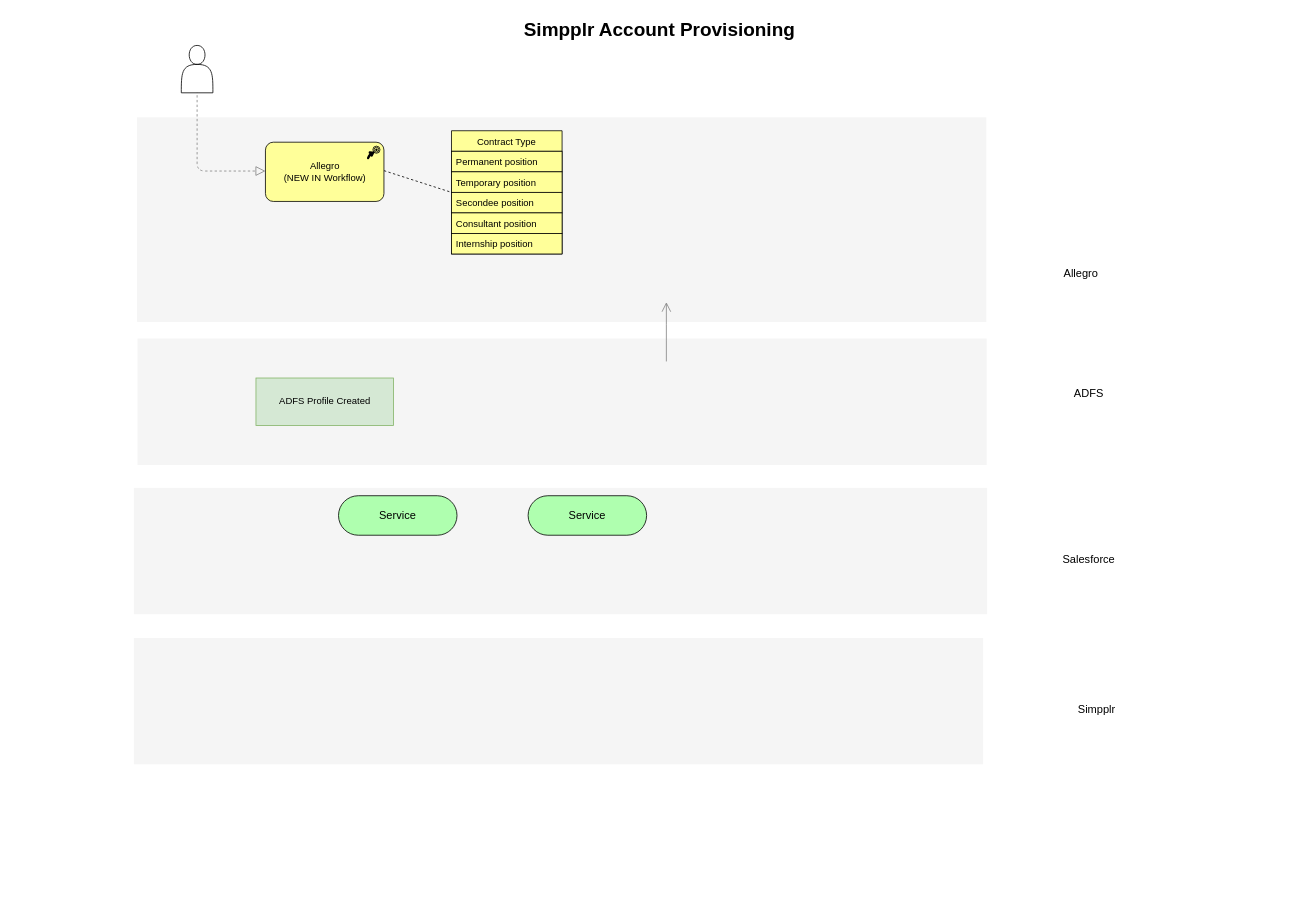
merid-berhe/draw.io keeps this draw.io diagram as SimpplrAccountProvisioning.drawio. Above is the earlier version. Source tidied: cells renumbered, new cells numbered last; positions are measured from the earlier drawing's top-left corner, leaving out a move shared by most shapes. Both pictures are drawn from the tidied source at 79%, with x=0, y=0 at pixel (31, 13).
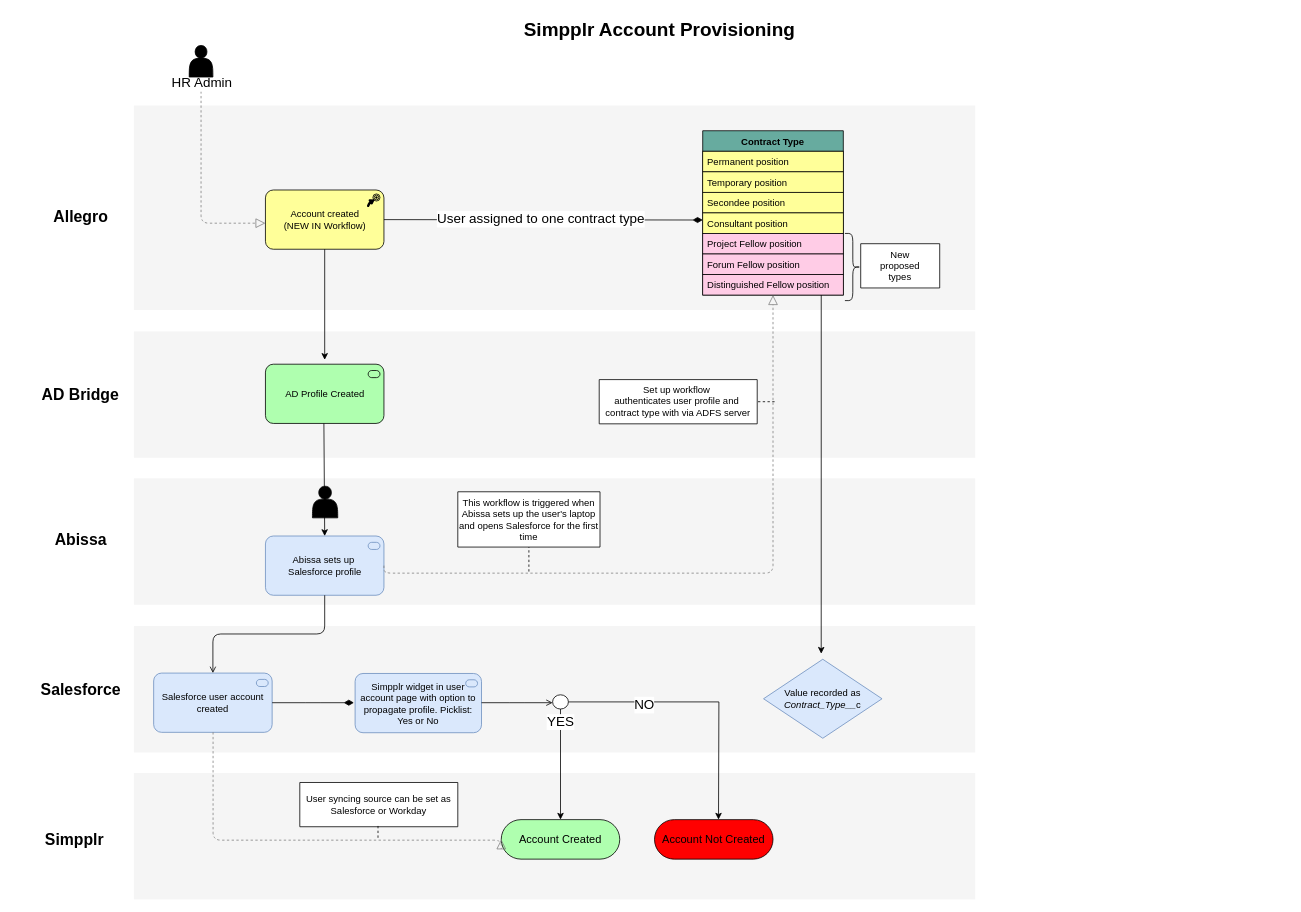
Above is the later version.

The edit, as a diff of the source:
```diff
@@
+    <mxCell id="25" style="whiteSpace=wrap;html=1;strokeColor=none;strokeWidth=1;fillColor=#f5f5f5;fontSize=14;imageHeight=24;" parent="1" vertex="1">
+      <mxGeometry x="130" y="961" width="1065" height="160" as="geometry" />
+    </mxCell>
     <mxCell id="2" style="whiteSpace=wrap;html=1;strokeColor=none;strokeWidth=1;fillColor=#f5f5f5;fontSize=14;" parent="1" vertex="1">
-      <mxGeometry x="134.5" y="411" width="1075" height="160" as="geometry" />
+      <mxGeometry x="130" y="402" width="1065" height="160" as="geometry" />
     </mxCell>
     <mxCell id="3" style="whiteSpace=wrap;html=1;strokeColor=none;strokeWidth=1;fillColor=#f5f5f5;fontSize=14;" parent="1" vertex="1">
-      <mxGeometry x="130" y="600" width="1080" height="160" as="geometry" />
+      <mxGeometry x="130" y="588" width="1065" height="160" as="geometry" />
     </mxCell>
     <mxCell id="4" style="whiteSpace=wrap;html=1;strokeColor=none;strokeWidth=1;fillColor=#f5f5f5;fontSize=14;" parent="1" vertex="1">
-      <mxGeometry x="130" y="790" width="1075" height="160" as="geometry" />
+      <mxGeometry x="130" y="775" width="1065" height="160" as="geometry" />
     </mxCell>
-    <mxCell id="5" style="whiteSpace=wrap;html=1;strokeColor=none;strokeWidth=1;fillColor=#f5f5f5;fontSize=14;" parent="1" vertex="1">
-      <mxGeometry x="134" y="131" width="1075" height="259" as="geometry" />
+    <mxCell id="5" style="whiteSpace=wrap;html=1;strokeColor=none;strokeWidth=1;fillColor=#f5f5f5;fontSize=14;imageWidth=24;imageAspect=1;" parent="1" vertex="1">
+      <mxGeometry x="130" y="116" width="1065" height="259" as="geometry" />
     </mxCell>
-    <mxCell id="6" value="Service" style="html=1;whiteSpace=wrap;fillColor=#AFFFAF;strokeColor=#000000;shape=mxgraph.archimate3.service;fontSize=14;" parent="1" vertex="1">
-      <mxGeometry x="389" y="610" width="150" height="50" as="geometry" />
+    <mxCell id="6" value="Account Created" style="html=1;whiteSpace=wrap;fillColor=#AFFFAF;strokeColor=#000000;shape=mxgraph.archimate3.service;fontSize=14;" parent="1" vertex="1">
+      <mxGeometry x="595" y="1020" width="150" height="50" as="geometry" />
     </mxCell>
-    <mxCell id="7" value="Service" style="html=1;whiteSpace=wrap;fillColor=#AFFFAF;strokeColor=#000000;shape=mxgraph.archimate3.service;fontSize=14;" parent="1" vertex="1">
-      <mxGeometry x="629" y="610" width="150" height="50" as="geometry" />
+    <mxCell id="7" value="Account Not Created" style="html=1;whiteSpace=wrap;fillColor=#FF0000;strokeColor=#000000;shape=mxgraph.archimate3.service;fontSize=14;" parent="1" vertex="1">
+      <mxGeometry x="789" y="1020" width="150" height="50" as="geometry" />
     </mxCell>
-    <mxCell id="8" style="edgeStyle=elbowEdgeStyle;rounded=1;elbow=vertical;html=1;startSize=10;endArrow=open;endFill=0;endSize=10;jettySize=auto;orthogonalLoop=1;strokeColor=#808080;fontSize=14;" parent="1" edge="1">
-      <mxGeometry relative="1" as="geometry">
-        <mxPoint x="804" y="440" as="sourcePoint" />
-        <mxPoint x="804" y="365" as="targetPoint" />
-      </mxGeometry>
-    </mxCell>
-    <mxCell id="9" value="Salesforce" style="text;html=1;strokeColor=none;fillColor=none;align=center;verticalAlign=middle;whiteSpace=wrap;fontSize=14;" parent="1" vertex="1">
-      <mxGeometry x="1219" y="681" width="240" height="20" as="geometry" />
+    <mxCell id="9" value="Salesforce" style="text;html=1;strokeColor=none;fillColor=none;align=center;verticalAlign=middle;whiteSpace=wrap;fontSize=20;fontStyle=1;" parent="1" vertex="1">
+      <mxGeometry x="12.5" y="845" width="100" height="20" as="geometry" />
     </mxCell>
-    <mxCell id="10" value="ADFS" style="text;html=1;strokeColor=none;fillColor=none;align=center;verticalAlign=middle;whiteSpace=wrap;fontSize=14;" parent="1" vertex="1">
-      <mxGeometry x="1219" y="471" width="240" height="20" as="geometry" />
+    <mxCell id="10" value="AD Bridge" style="text;html=1;strokeColor=none;fillColor=none;align=center;verticalAlign=middle;whiteSpace=wrap;fontSize=20;fontStyle=1;" parent="1" vertex="1">
+      <mxGeometry x="-5" y="471" width="135" height="20" as="geometry" />
     </mxCell>
-    <mxCell id="11" value="Allegro" style="text;html=1;strokeColor=none;fillColor=none;align=center;verticalAlign=middle;whiteSpace=wrap;fontSize=14;" parent="1" vertex="1">
-      <mxGeometry x="1209" y="319" width="240" height="20" as="geometry" />
+    <mxCell id="11" value="Allegro" style="text;html=1;strokeColor=none;fillColor=none;align=center;verticalAlign=middle;whiteSpace=wrap;fontSize=20;fontStyle=1;" parent="1" vertex="1">
+      <mxGeometry x="-22.5" y="246" width="170" height="20" as="geometry" />
     </mxCell>
-    <mxCell id="12" style="edgeStyle=elbowEdgeStyle;rounded=1;elbow=vertical;html=1;dashed=1;startSize=10;endArrow=block;endFill=0;endSize=10;jettySize=auto;orthogonalLoop=1;strokeColor=#808080;fontSize=14;" parent="1" edge="1">
+    <mxCell id="12" style="edgeStyle=elbowEdgeStyle;rounded=1;elbow=vertical;html=1;dashed=1;startSize=10;endArrow=block;endFill=0;endSize=10;jettySize=auto;strokeColor=#808080;fontSize=14;exitX=0.5;exitY=1;exitDx=0;exitDy=0;" parent="1" edge="1" source="15">
       <mxGeometry relative="1" as="geometry">
-        <mxPoint x="210" y="61" as="sourcePoint" />
-        <mxPoint x="296.5" y="199" as="targetPoint" />
+        <mxPoint x="296.5" y="265" as="targetPoint" />
         <Array as="points">
-          <mxPoint x="240" y="199" />
-          <mxPoint x="258" y="199" />
+          <mxPoint x="240" y="265" />
+          <mxPoint x="258" y="265" />
         </Array>
       </mxGeometry>
     </mxCell>
+    <mxCell id="26" value="HR Admin" style="text;html=1;align=center;verticalAlign=middle;labelBackgroundColor=#ffffff;fontSize=17;" parent="12" vertex="1">
+      <mxGeometry x="-0.95" relative="1" as="geometry" />
+    </mxCell>
@@
-    <mxCell id="14" value="Simpplr" style="text;html=1;strokeColor=none;fillColor=none;align=center;verticalAlign=middle;whiteSpace=wrap;fontSize=14;" parent="1" vertex="1">
-      <mxGeometry x="1229" y="870" width="240" height="20" as="geometry" />
+    <mxCell id="14" value="Simpplr" style="text;html=1;strokeColor=none;fillColor=none;align=center;verticalAlign=middle;whiteSpace=wrap;fontSize=20;fontStyle=1;" parent="1" vertex="1">
+      <mxGeometry y="1035" width="110" height="20" as="geometry" />
     </mxCell>
-    <mxCell id="15" style="shape=actor;whiteSpace=wrap;html=1;" parent="1" vertex="1">
-      <mxGeometry x="190" y="40" width="40" height="60" as="geometry" />
+    <mxCell id="15" style="shape=actor;whiteSpace=wrap;html=1;fillColor=#000000;" parent="1" vertex="1">
+      <mxGeometry x="200" y="40" width="30" height="40" as="geometry" />
     </mxCell>
-    <mxCell id="16" value="ADFS Profile Created" style="rounded=0;whiteSpace=wrap;html=1;fillColor=#d5e8d4;strokeColor=#82b366;" parent="1" vertex="1">
-      <mxGeometry x="284.5" y="461" width="174" height="60" as="geometry" />
-    </mxCell>
-    <mxCell id="17" value="Contract Type" style="swimlane;fontStyle=0;horizontal=1;startSize=26;fillColor=#FFFF99;strokeColor=#000000;" parent="1" vertex="1">
-      <mxGeometry x="532" y="148" width="140" height="156" as="geometry" />
+    <mxCell id="17" value="Contract Type" style="swimlane;fontStyle=1;horizontal=1;startSize=26;fillColor=#67AB9F;strokeColor=#000000;" parent="1" vertex="1">
+      <mxGeometry x="850" y="148" width="178" height="208" as="geometry" />
     </mxCell>
     <mxCell id="18" value="Permanent position" style="text;strokeColor=#000000;fillColor=#FFFF99;align=left;verticalAlign=top;spacingLeft=4;spacingRight=4;overflow=hidden;" parent="17" vertex="1">
-      <mxGeometry y="26" width="140" height="26" as="geometry" />
+      <mxGeometry y="26" width="178" height="26" as="geometry" />
     </mxCell>
     <mxCell id="19" value="Temporary position" style="text;strokeColor=#000000;fillColor=#FFFF99;align=left;verticalAlign=top;spacingLeft=4;spacingRight=4;overflow=hidden;" parent="17" vertex="1">
-      <mxGeometry y="52" width="140" height="26" as="geometry" />
+      <mxGeometry y="52" width="178" height="26" as="geometry" />
     </mxCell>
     <mxCell id="20" value="Secondee position" style="text;strokeColor=#000000;fillColor=#FFFF99;align=left;verticalAlign=top;spacingLeft=4;spacingRight=4;overflow=hidden;" parent="17" vertex="1">
-      <mxGeometry y="78" width="140" height="26" as="geometry" />
+      <mxGeometry y="78" width="178" height="26" as="geometry" />
     </mxCell>
     <mxCell id="21" value="Consultant position" style="text;strokeColor=#000000;fillColor=#FFFF99;align=left;verticalAlign=top;spacingLeft=4;spacingRight=4;overflow=hidden;points=[[0,0.5],[1,0.5]];portConstraint=eastwest;" parent="17" vertex="1">
-      <mxGeometry y="104" width="140" height="26" as="geometry" />
+      <mxGeometry y="104" width="178" height="26" as="geometry" />
     </mxCell>
-    <mxCell id="22" value="Internship position" style="text;strokeColor=#000000;fillColor=#FFFF99;align=left;verticalAlign=top;spacingLeft=4;spacingRight=4;overflow=hidden;" parent="17" vertex="1">
-      <mxGeometry y="130" width="140" height="26" as="geometry" />
+    <mxCell id="22" value="Project Fellow position" style="text;strokeColor=#000000;fillColor=#FFCCE6;align=left;verticalAlign=top;spacingLeft=4;spacingRight=4;overflow=hidden;" parent="17" vertex="1">
+      <mxGeometry y="130" width="178" height="26" as="geometry" />
     </mxCell>
-    <mxCell id="23" style="endArrow=none;dashed=1;html=1;exitX=1;exitY=0.5;exitDx=0;exitDy=0;exitPerimeter=0;entryX=0;entryY=0.5;entryDx=0;entryDy=0;" parent="1" edge="1" target="17">
-      <mxGeometry relative="1" as="geometry">
-        <mxPoint x="446.5" y="198.5" as="sourcePoint" />
-      </mxGeometry>
-    </mxCell>
+    <mxCell id="27" value="Forum Fellow position" style="text;strokeColor=#000000;fillColor=#FFCCE6;align=left;verticalAlign=top;spacingLeft=4;spacingRight=4;overflow=hidden;" parent="17" vertex="1">
+      <mxGeometry y="156" width="178" height="26" as="geometry" />
+    </mxCell>
+    <mxCell id="28" value="Distinguished Fellow position" style="text;strokeColor=#000000;fillColor=#FFCCE6;align=left;verticalAlign=top;spacingLeft=4;spacingRight=4;overflow=hidden;points=[[0,0.5],[1,0.5]];portConstraint=eastwest;" parent="17" vertex="1">
+      <mxGeometry y="182" width="178" height="26" as="geometry" />
+    </mxCell>
-    <mxCell id="24" value="Allegro&lt;br&gt;(NEW IN Workflow)" style="html=1;whiteSpace=wrap;fillColor=#Ffff99;strokeColor=#000000;shape=mxgraph.archimate3.application;appType=course;archiType=rounded;" parent="1" vertex="1">
-      <mxGeometry x="296.5" y="162.5" width="150" height="75" as="geometry" />
+    <mxCell id="24" value="Account created&lt;br&gt;(NEW IN Workflow)" style="html=1;whiteSpace=wrap;fillColor=#Ffff99;strokeColor=#000000;shape=mxgraph.archimate3.application;appType=course;archiType=rounded;" parent="1" vertex="1">
+      <mxGeometry x="296.5" y="223" width="150" height="75" as="geometry" />
     </mxCell>
+    <mxCell id="29" style="html=1;endArrow=diamondThin;endFill=1;edgeStyle=elbowEdgeStyle;elbow=vertical;endSize=10;" parent="1" edge="1" target="21">
+      <mxGeometry relative="1" as="geometry">
+        <mxPoint x="446.5" y="260.5" as="sourcePoint" />
+      </mxGeometry>
+    </mxCell>
+    <mxCell id="30" value="User assigned to one contract type" style="text;html=1;align=center;verticalAlign=middle;labelBackgroundColor=#ffffff;fontSize=17;" parent="29" vertex="1">
+      <mxGeometry x="-0.02" y="2" relative="1" as="geometry" />
+    </mxCell>
+    <mxCell id="31" value="AD Profile Created" style="html=1;whiteSpace=wrap;fillColor=#AFFFAF;strokeColor=#000000;shape=mxgraph.archimate3.application;appType=serv;archiType=rounded;" parent="1" vertex="1">
+      <mxGeometry x="296.5" y="443.5" width="150" height="75" as="geometry" />
+    </mxCell>
+    <mxCell id="32" style="endArrow=classic;html=1;" parent="1" edge="1">
+      <mxGeometry relative="1" as="geometry">
+        <mxPoint x="371.5" y="298" as="sourcePoint" />
+        <mxPoint x="371.5" y="438" as="targetPoint" />
+      </mxGeometry>
+    </mxCell>
+    <mxCell id="33" value="Abissa" style="text;html=1;strokeColor=none;fillColor=none;align=center;verticalAlign=middle;whiteSpace=wrap;fontSize=20;fontStyle=1;" parent="1" vertex="1">
+      <mxGeometry x="3.5" y="655" width="118" height="20" as="geometry" />
+    </mxCell>
+    <mxCell id="34" value="Abissa sets up&amp;nbsp;&lt;br&gt;Salesforce profile" style="html=1;outlineConnect=0;whiteSpace=wrap;fillColor=#dae8fc;strokeColor=#6c8ebf;shape=mxgraph.archimate3.application;appType=serv;archiType=rounded;" parent="1" vertex="1">
+      <mxGeometry x="296.5" y="661" width="150" height="75" as="geometry" />
+    </mxCell>
+    <mxCell id="35" style="shape=actor;whiteSpace=wrap;html=1;fillColor=#000000;" parent="1" vertex="1">
+      <mxGeometry x="356" y="598" width="32" height="40" as="geometry" />
+    </mxCell>
+    <mxCell id="36" style="endArrow=classic;html=1;entryX=0.5;entryY=0;entryDx=0;entryDy=0;entryPerimeter=0;" parent="1" edge="1" target="34">
+      <mxGeometry relative="1" as="geometry">
+        <mxPoint x="370.5" y="518.5" as="sourcePoint" />
+      </mxGeometry>
+    </mxCell>
+    <mxCell id="37" style="edgeStyle=elbowEdgeStyle;rounded=1;elbow=vertical;html=1;dashed=1;startSize=10;endArrow=block;endFill=0;endSize=10;jettySize=auto;strokeColor=#808080;fontSize=14;exitX=1;exitY=0.5;exitDx=0;exitDy=0;exitPerimeter=0;" parent="1" edge="1" source="34" target="28">
+      <mxGeometry relative="1" as="geometry">
+        <Array as="points">
+          <mxPoint x="690" y="708" />
+          <mxPoint x="682.5" y="772.5" />
+        </Array>
+      </mxGeometry>
+    </mxCell>
+    <mxCell id="38" value="This workflow is triggered when Abissa sets up the user's laptop and opens Salesforce for the first time" style="shape=note;whiteSpace=wrap;html=1;backgroundOutline=1;darkOpacity=0.05;strokeColor=#000000;fillColor=#FFFFFF;size=0;" parent="1" vertex="1">
+      <mxGeometry x="540" y="605" width="180" height="70" as="geometry" />
+    </mxCell>
+    <mxCell id="39" value="Salesforce user account created" style="html=1;outlineConnect=0;whiteSpace=wrap;fillColor=#dae8fc;strokeColor=#6c8ebf;shape=mxgraph.archimate3.application;appType=serv;archiType=rounded;" parent="1" vertex="1">
+      <mxGeometry x="155" y="834.5" width="150" height="75" as="geometry" />
+    </mxCell>
+    <mxCell id="40" value="&lt;span style=&quot;white-space: nowrap ; background-color: rgb(255 , 255 , 255)&quot;&gt;New &lt;br&gt;proposed&lt;br&gt;types&lt;br&gt;&lt;/span&gt;" style="shape=note;whiteSpace=wrap;html=1;backgroundOutline=1;darkOpacity=0.05;strokeColor=#000000;fillColor=#FFFFFF;size=0;" parent="1" vertex="1">
+      <mxGeometry x="1050" y="291" width="100" height="56" as="geometry" />
+    </mxCell>
+    <mxCell id="41" style="shape=curlyBracket;whiteSpace=wrap;html=1;rounded=1;strokeColor=#000000;fillColor=#FFFFFF;rotation=-180;" parent="1" vertex="1">
+      <mxGeometry x="1030" y="278" width="20" height="85" as="geometry" />
+    </mxCell>
+    <mxCell id="42" value="&lt;span style=&quot;white-space: nowrap ; background-color: rgb(255 , 255 , 255)&quot;&gt;Set up workflow&amp;nbsp;&lt;/span&gt;&lt;br style=&quot;white-space: nowrap&quot;&gt;&lt;span style=&quot;white-space: nowrap ; background-color: rgb(255 , 255 , 255)&quot;&gt;authenticates user profile and&amp;nbsp;&lt;/span&gt;&lt;br style=&quot;white-space: nowrap&quot;&gt;&lt;span style=&quot;white-space: nowrap ; background-color: rgb(255 , 255 , 255)&quot;&gt;contract type with via ADFS server&lt;/span&gt;" style="shape=note;whiteSpace=wrap;html=1;backgroundOutline=1;darkOpacity=0.05;strokeColor=#000000;fillColor=#FFFFFF;size=0;" parent="1" vertex="1">
+      <mxGeometry x="719" y="463" width="200" height="56" as="geometry" />
+    </mxCell>
+    <mxCell id="43" style="endArrow=classic;html=1;exitX=0.843;exitY=1;exitDx=0;exitDy=0;exitPerimeter=0;" parent="1" edge="1" source="28">
+      <mxGeometry relative="1" as="geometry">
+        <mxPoint x="1000" y="810" as="targetPoint" />
+      </mxGeometry>
+    </mxCell>
+    <mxCell id="44" value="Value recorded as &lt;i&gt;Contract_Type__&lt;/i&gt;c" style="rhombus;whiteSpace=wrap;html=1;strokeColor=#6c8ebf;fillColor=#dae8fc;" parent="1" vertex="1">
+      <mxGeometry x="927" y="817" width="150" height="100" as="geometry" />
+    </mxCell>
+    <mxCell id="45" style="html=1;endArrow=diamondThin;endFill=1;edgeStyle=elbowEdgeStyle;elbow=vertical;endSize=10;" parent="1" edge="1">
+      <mxGeometry relative="1" as="geometry">
+        <mxPoint x="305" y="872" as="sourcePoint" />
+        <mxPoint x="408.5" y="872" as="targetPoint" />
+      </mxGeometry>
+    </mxCell>
+    <mxCell id="46" value="Simpplr widget in user account page with option to propagate profile. Picklist: Yes or No" style="html=1;whiteSpace=wrap;fillColor=#dae8fc;strokeColor=#6c8ebf;shape=mxgraph.archimate3.application;appType=serv;archiType=rounded;" parent="1" vertex="1">
+      <mxGeometry x="410" y="835" width="160" height="75" as="geometry" />
+    </mxCell>
+    <mxCell id="47" style="edgeStyle=elbowEdgeStyle;html=1;endArrow=open;elbow=vertical;endFill=1;exitX=0.5;exitY=1;exitDx=0;exitDy=0;exitPerimeter=0;" parent="1" edge="1" source="34" target="39">
+      <mxGeometry relative="1" as="geometry" />
+    </mxCell>
+    <mxCell id="48" style="edgeStyle=orthogonalEdgeStyle;rounded=0;jettySize=auto;html=1;" parent="1" edge="1" source="51" target="6">
+      <mxGeometry relative="1" as="geometry" />
+    </mxCell>
+    <mxCell id="49" style="edgeStyle=orthogonalEdgeStyle;rounded=0;jettySize=auto;html=1;" parent="1" edge="1" source="51">
+      <mxGeometry relative="1" as="geometry">
+        <mxPoint x="870" y="1020" as="targetPoint" />
+      </mxGeometry>
+    </mxCell>
+    <mxCell id="50" value="NO" style="text;html=1;align=center;verticalAlign=middle;labelBackgroundColor=#ffffff;fontSize=17;" parent="49" vertex="1">
+      <mxGeometry x="-0.44" y="-3" relative="1" as="geometry" />
+    </mxCell>
+    <mxCell id="51" value="YES" style="ellipse;html=1;verticalLabelPosition=bottom;labelBackgroundColor=#ffffff;verticalAlign=top;fillColor=#ffffff;strokeColor=#000000;fontSize=17;" parent="1" vertex="1">
+      <mxGeometry x="660" y="862" width="20" height="18" as="geometry" />
+    </mxCell>
+    <mxCell id="52" style="edgeStyle=elbowEdgeStyle;html=1;endArrow=open;elbow=vertical;endFill=1;" parent="1" edge="1">
+      <mxGeometry relative="1" as="geometry">
+        <mxPoint x="570" y="872" as="sourcePoint" />
+        <mxPoint x="660" y="872" as="targetPoint" />
+      </mxGeometry>
+    </mxCell>
+    <mxCell id="53" style="endArrow=none;dashed=1;html=1;fontSize=17;entryX=0.5;entryY=1;entryDx=0;entryDy=0;entryPerimeter=0;" parent="1" edge="1" target="38">
+      <mxGeometry relative="1" as="geometry">
+        <mxPoint x="630" y="706" as="sourcePoint" />
+      </mxGeometry>
+    </mxCell>
+    <mxCell id="54" style="endArrow=none;dashed=1;html=1;fontSize=17;entryX=0;entryY=0;entryDx=200;entryDy=28;entryPerimeter=0;" parent="1" edge="1">
+      <mxGeometry relative="1" as="geometry">
+        <mxPoint x="941" y="491" as="sourcePoint" />
+        <mxPoint x="919" y="491" as="targetPoint" />
+      </mxGeometry>
+    </mxCell>
+    <mxCell id="55" style="edgeStyle=elbowEdgeStyle;rounded=1;elbow=vertical;html=1;dashed=1;startSize=10;endArrow=block;endFill=0;endSize=10;jettySize=auto;strokeColor=#808080;fontSize=14;exitX=0.5;exitY=1;exitDx=0;exitDy=0;entryX=0;entryY=0;entryDx=0;entryDy=25;entryPerimeter=0;" parent="1" edge="1" target="6">
+      <mxGeometry relative="1" as="geometry">
+        <mxPoint x="230.2" y="909.3" as="sourcePoint" />
+        <Array as="points">
+          <mxPoint x="408" y="1046" />
+          <mxPoint x="272.5" y="1094" />
+        </Array>
+      </mxGeometry>
+    </mxCell>
+    <mxCell id="56" value="&lt;span style=&quot;white-space: nowrap ; background-color: rgb(255 , 255 , 255)&quot;&gt;User syncing source can be set as&lt;br&gt;Salesforce or Workday&lt;br&gt;&lt;/span&gt;" style="shape=note;whiteSpace=wrap;html=1;backgroundOutline=1;darkOpacity=0.05;strokeColor=#000000;fillColor=#FFFFFF;size=0;" parent="1" vertex="1">
+      <mxGeometry x="340" y="973" width="200" height="56" as="geometry" />
+    </mxCell>
+    <mxCell id="57" style="endArrow=none;dashed=1;html=1;fontSize=17;entryX=0.5;entryY=1;entryDx=0;entryDy=0;entryPerimeter=0;" parent="1" edge="1">
+      <mxGeometry relative="1" as="geometry">
+        <mxPoint x="439" y="1043" as="sourcePoint" />
+        <mxPoint x="439" y="1025.5" as="targetPoint" />
+      </mxGeometry>
+    </mxCell>
```
